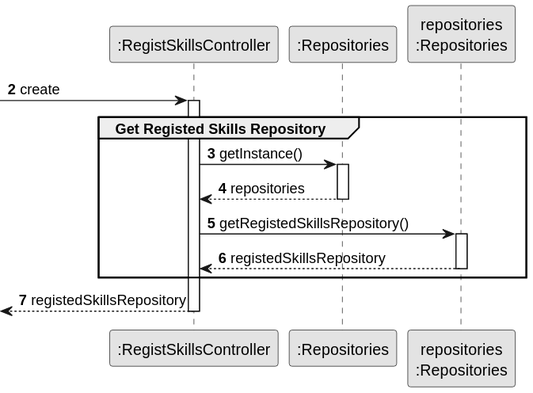
Above: docs/sprint2/us001/03.design/svg/us001-sequence-diagram-partial-get-registed-skills-repository.svg in 1231360-ISEP/lei-24-s2-1db-g021 (PlantUML), before the change.
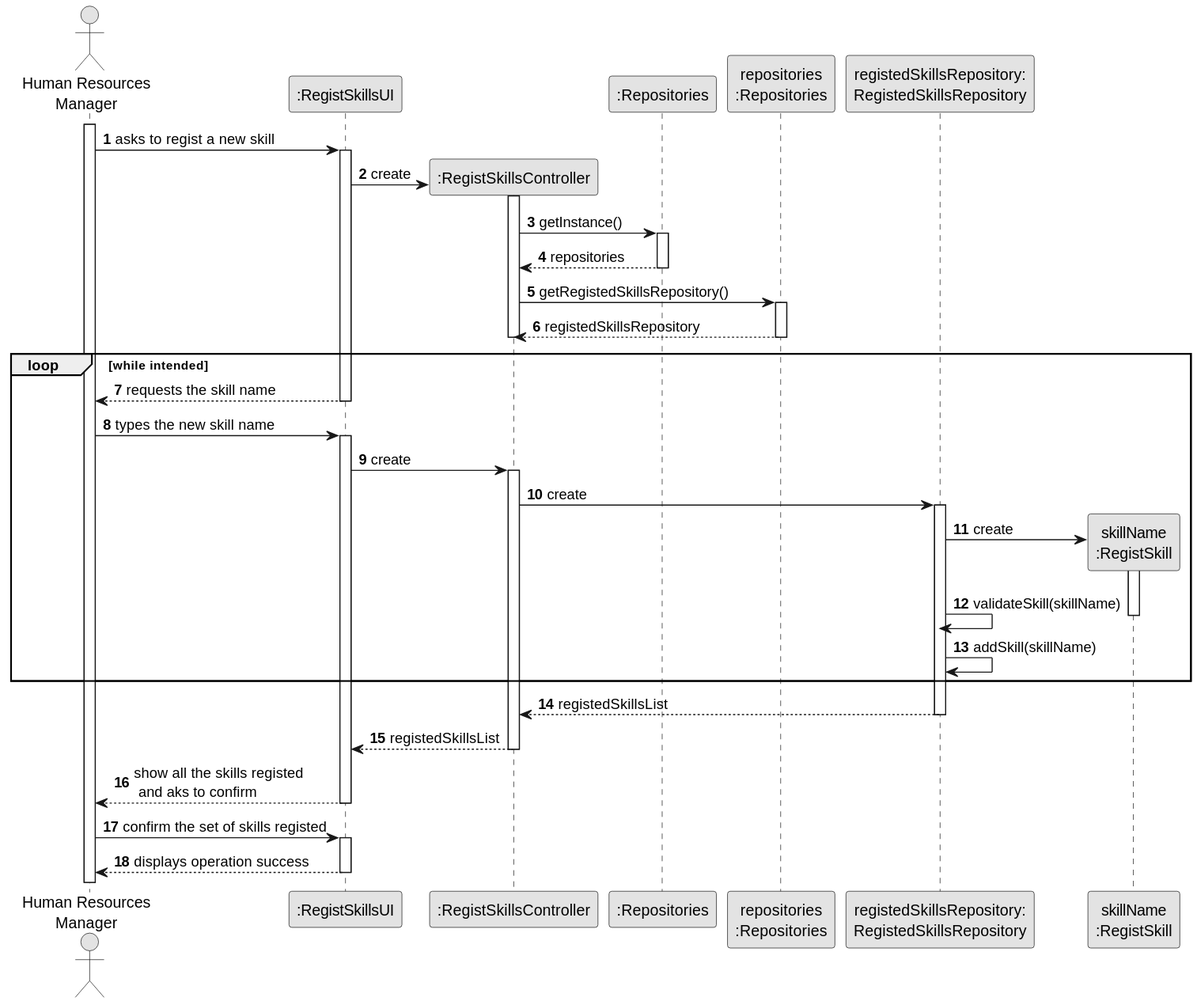
Above is the later version.

Commit message:
Update US01 - Sequence Diagrams Partial and split and SVG´s

What changed in the source:
```diff
@@ -3,31 +3,75 @@
 skinparam packageStyle rectangle
 skinparam shadowing false
 
-autonumber
-
+actor "Human Resources\nManager" as HRM
+participant ":RegistSkillsUI" as UI
 participant ":RegistSkillsController" as CTRL
 participant ":Repositories" as RepositorySingleton
 participant "repositories\n:Repositories" as PLAT
+participant "registedSkillsRepository:\nRegistedSkillsRepository" as RegistedSkillsRepository
+participant "skillName\n:RegistSkill" as TAREFA
 
-autonumber 2
+autonumber 1
 
- -> CTRL : create
-activate CTRL
-    group Get Registed Skills Repository
+activate HRM
 
-            CTRL -> RepositorySingleton : getInstance()
-            activate RepositorySingleton
+    HRM -> UI : asks to regist a new skill
+    activate UI
 
-                RepositorySingleton --> CTRL: repositories
-            deactivate RepositorySingleton
+        UI -> CTRL** : create
 
-            CTRL -> PLAT : getRegistedSkillsRepository()
-            activate PLAT
+        activate CTRL
 
-                PLAT --> CTRL: registedSkillsRepository
-            deactivate PLAT
+        CTRL -> RepositorySingleton : getInstance()
+        activate RepositorySingleton
+
+            RepositorySingleton --> CTRL: repositories
+        deactivate RepositorySingleton
+
+        CTRL -> PLAT : getRegistedSkillsRepository()
+        activate PLAT
+
+            PLAT --> CTRL: registedSkillsRepository
+        deactivate PLAT
+
+        deactivate CTRL
+
+    loop while intended
+            UI --> HRM : requests the skill name
+        deactivate UI
+
+            HRM -> UI : types the new skill name
+        activate UI
+
+            UI -> CTRL: create
+        activate CTRL
+
+            CTRL -> RegistedSkillsRepository : create
+        activate RegistedSkillsRepository
+
+            RegistedSkillsRepository -> TAREFA**: create
+        activate TAREFA
+
+        RegistedSkillsRepository -> RegistedSkillsRepository: validateSkill(skillName)
+        deactivate TAREFA
+        RegistedSkillsRepository -> RegistedSkillsRepository: addSkill(skillName)
 
     end
-    <-- CTRL : registedSkillsRepository
-deactivate CTRL
+
+    RegistedSkillsRepository --> CTRL : registedSkillsList
+    deactivate RegistedSkillsRepository
+
+    CTRL --> UI : registedSkillsList
+    deactivate CTRL
+
+    UI --> HRM : show all the skills registed\n and aks to confirm
+
+    deactivate CTRL
+    deactivate UI
+
+    HRM -> UI : confirm the set of skills registed
+    activate UI
+
+    UI --> HRM : displays operation success
+    deactivate UI
 @enduml
```
